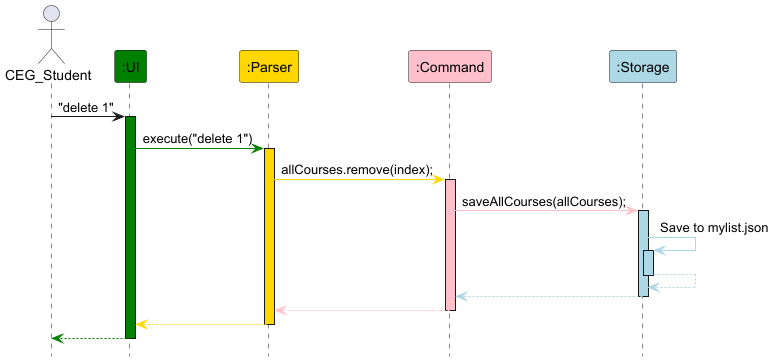
Above: uml-images/DesignSequenceDiagram.png in nus-cs2113-AY2425S1/tp (PlantUML), before the change.
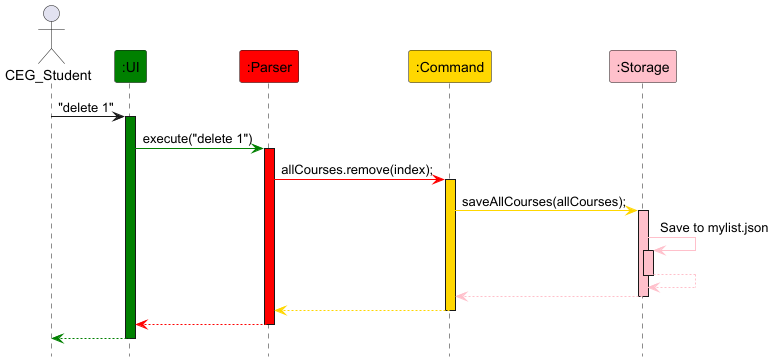
After the change.

What changed in the source:
```diff
@@ -3,34 +3,34 @@
 
 actor CEG_Student
 participant ":UI" #green
-participant ":Parser" #gold
-participant ":Command" #pink
-participant ":Storage" #lightblue
+participant ":Parser" #red
+participant ":Command" #gold
+participant ":Storage" #pink
 
 CEG_Student -> ":UI" : "delete 1"
 activate ":UI" #green
 
 ":UI" -[#green]> ":Parser" : execute("delete 1")
-activate ":Parser" #gold
+activate ":Parser" #red
 
-":Parser" -[#gold]> ":Command" : allCourses.remove(index);
-activate ":Command" #pink
+":Parser" -[#red]> ":Command" : allCourses.remove(index);
+activate ":Command" #gold
 
-":Command" -[#pink]> ":Storage" : saveAllCourses(allCourses);
-activate ":Storage" #lightblue
+":Command" -[#gold]> ":Storage" : saveAllCourses(allCourses);
+activate ":Storage" #pink
 
-":Storage" -[#lightblue]> ":Storage" : Save to mylist.json
-activate ":Storage" #lightblue
+":Storage" -[#pink]> ":Storage" : Save to mylist.json
+activate ":Storage" #pink
 
-":Storage" -[#lightblue]-> ":Storage"
+":Storage" -[#pink]-> ":Storage"
 deactivate ":Storage"
-":Storage" -[#lightblue]-> ":Command"
+":Storage" -[#pink]-> ":Command"
 deactivate ":Storage"
 
-":Command" -[#pink]-> ":Parser"
+":Command" -[#gold]-> ":Parser"
 deactivate ":Command"
 
-":Parser" -[#gold]-> ":UI"
+":Parser" -[#red]-> ":UI"
 deactivate ":Parser"
 
 ":UI" -[#green]-> CEG_Student
```
